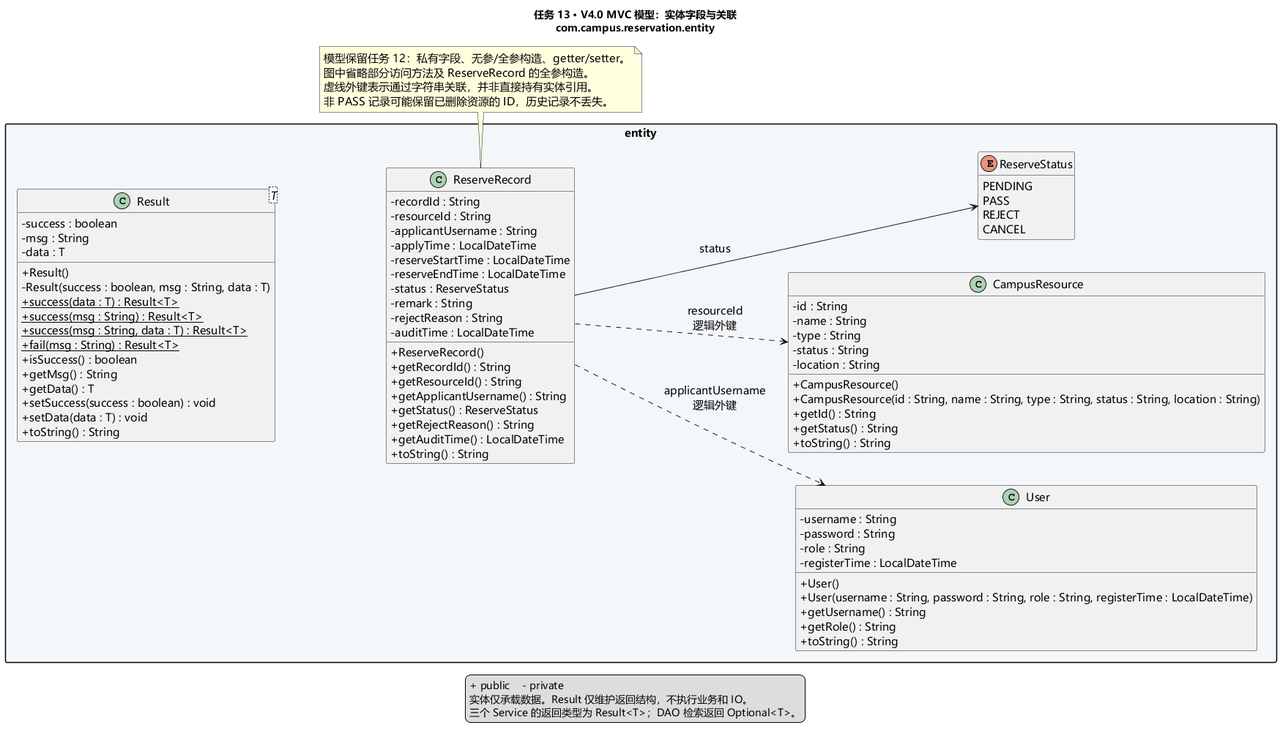
Before: 任务13-V4.0-MVC架构/docs/uml/models.png, a diagram exported from PlantUML (Felix-cy110/Java-homework).
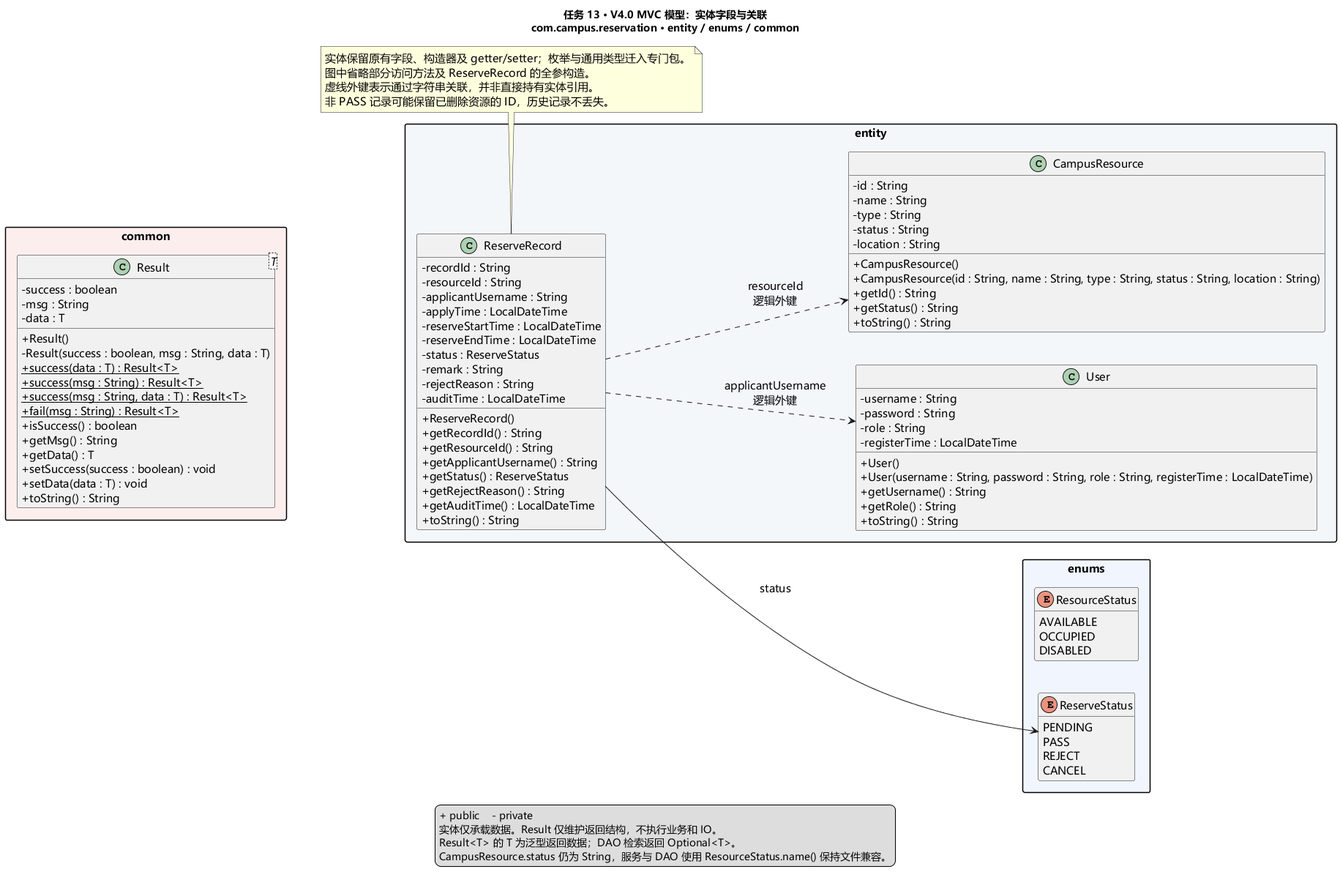
After the change.

Diff of the diagram source:
```diff
@@ -1,5 +1,5 @@
 @startuml models
-title 任务 13 · V4.0 MVC 模型：实体字段与关联\ncom.campus.reservation.entity
+title 任务 13 · V4.0 MVC 模型：实体字段与关联\ncom.campus.reservation · entity / enums / common
 skinparam defaultFontName Microsoft YaHei
 skinparam defaultFontSize 15
 skinparam classAttributeIconSize 0
@@ -54,12 +54,21 @@
     + getAuditTime() : LocalDateTime
     + toString() : String
   }
+}
+package enums #F0F5FE {
+  enum ResourceStatus {
+    AVAILABLE
+    OCCUPIED
+    DISABLED
+  }
   enum ReserveStatus {
     PENDING
     PASS
     REJECT
     CANCEL
   }
+}
+package common #FDEEEE {
   class "Result<T>" as Result {
     - success : boolean
     - msg : String
@@ -77,13 +86,13 @@
     + setData(data : T) : void
     + toString() : String
   }
+}
   ReserveRecord ..> User : applicantUsername\n逻辑外键
   ReserveRecord ..> CampusResource : resourceId\n逻辑外键
   ReserveRecord --> ReserveStatus : status
   Result -[hidden]down-> ReserveRecord
-}
 note bottom of ReserveRecord
-  模型保留任务 12：私有字段、无参/全参构造、getter/setter。
+  实体保留原有字段、构造器及 getter/setter；枚举与通用类型迁入专门包。
   图中省略部分访问方法及 ReserveRecord 的全参构造。
   虚线外键表示通过字符串关联，并非直接持有实体引用。
   非 PASS 记录可能保留已删除资源的 ID，历史记录不丢失。
@@ -91,6 +100,7 @@
 legend bottom
   + public    - private
   实体仅承载数据。Result 仅维护返回结构，不执行业务和 IO。
-  三个 Service 的返回类型为 Result<T>；DAO 检索返回 Optional<T>。
+  Result<T> 的 T 为泛型返回数据；DAO 检索返回 Optional<T>。
+  CampusResource.status 仍为 String，服务与 DAO 使用 ResourceStatus.name() 保持文件兼容。
 endlegend
 @enduml
```
